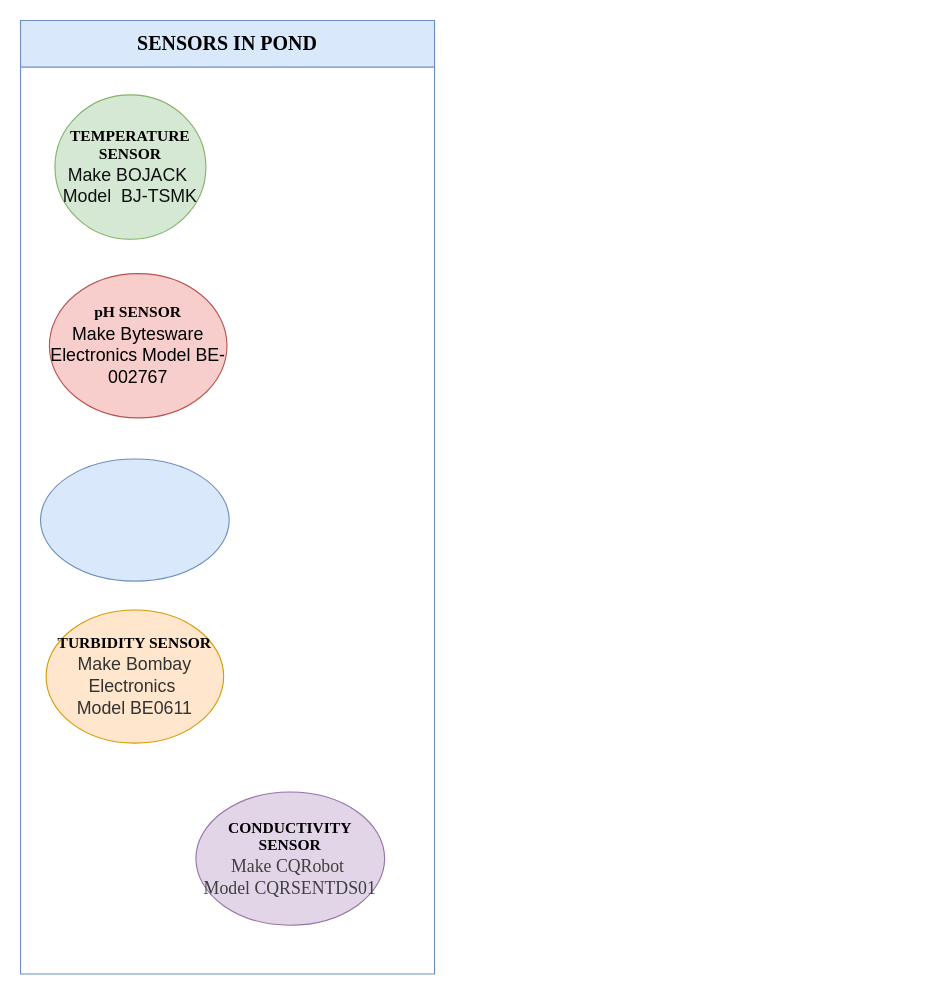
ChanumoluGayathri/System_Design keeps this draw.io diagram as PRASAD_BLOCKDIAGRAM.drawio. Above is the earlier version. Source tidied: cells renumbered, new cells numbered last; positions are measured from the earlier drawing's top-left corner, leaving out a move shared by most shapes. Both pictures are drawn from the tidied source at 111%, with x=0, y=0 at pixel (20, 20).
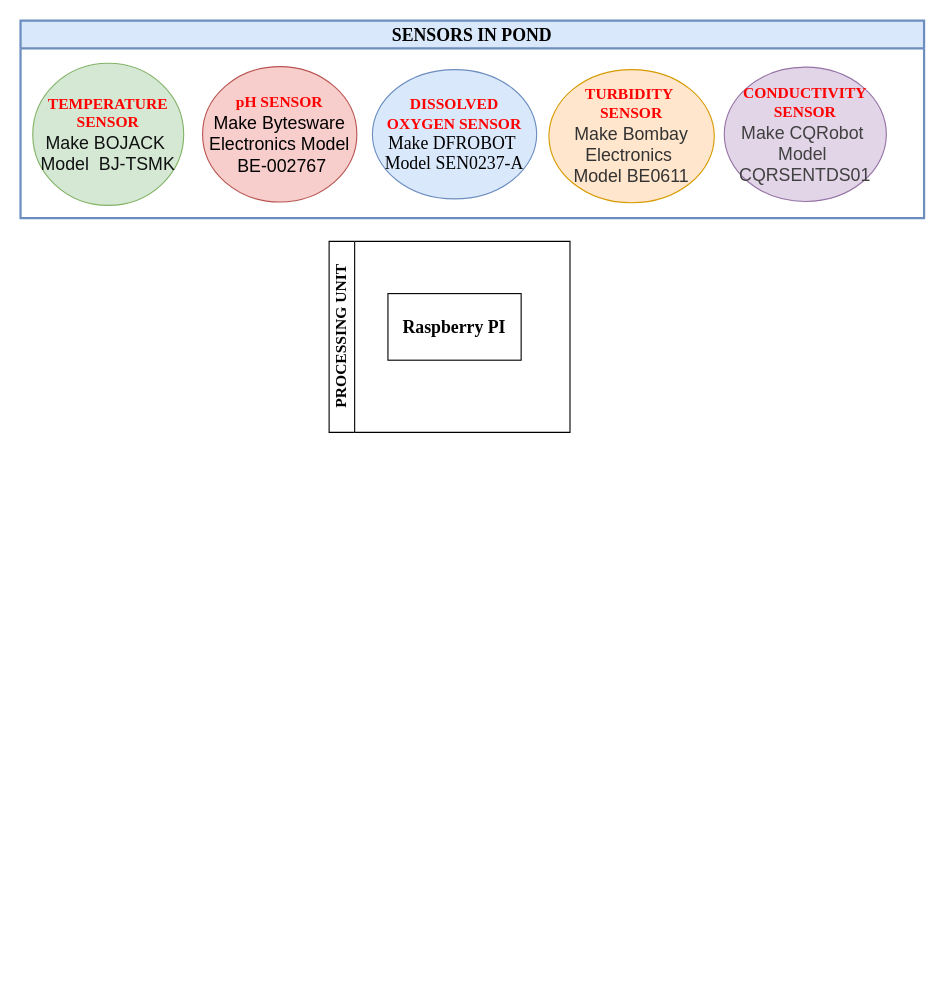
Above is the later version.

Change to the diagram source:
```diff
@@
 <mxGraphModel>
   <root>
     <mxCell id="0" />
     <mxCell id="1" parent="0" />
-    <mxCell id="2" value="&lt;font style=&quot;font-size: 18px;&quot; face=&quot;Times New Roman&quot;&gt;SENSORS IN POND&lt;/font&gt;" style="swimlane;whiteSpace=wrap;html=1;hachureGap=4;fontFamily=Architects Daughter;startSize=42;fillColor=#dae8fc;strokeColor=#6c8ebf;" parent="1" vertex="1">
-      <mxGeometry width="373" height="859" as="geometry" />
+    <mxCell id="2" value="&lt;font style=&quot;font-size: 16px;&quot; face=&quot;Times New Roman&quot;&gt;SENSORS IN POND&lt;/font&gt;" style="swimlane;whiteSpace=wrap;html=1;hachureGap=4;fontFamily=Architects Daughter;startSize=25;fillColor=#dae8fc;strokeColor=#6c8ebf;strokeWidth=2;" parent="1" vertex="1">
+      <mxGeometry width="814" height="178" as="geometry" />
     </mxCell>
-    <mxCell id="3" value="&lt;b&gt;&lt;font face=&quot;Times New Roman&quot; style=&quot;font-size: 14px;&quot;&gt;TEMPERATURE SENSOR&lt;/font&gt;&lt;/b&gt;&lt;div&gt;&lt;font face=&quot;yoXCy55yE_F0CgokuBOC&quot; size=&quot;3&quot; style=&quot;&quot; color=&quot;#0f1111&quot;&gt;Make BOJACK&amp;nbsp;&lt;/font&gt;&lt;/div&gt;&lt;div&gt;&lt;font face=&quot;yoXCy55yE_F0CgokuBOC&quot; size=&quot;3&quot; style=&quot;&quot; color=&quot;#0f1111&quot;&gt;Model&amp;nbsp; BJ-TSMK&lt;/font&gt;&lt;br&gt;&lt;/div&gt;" style="ellipse;whiteSpace=wrap;html=1;fillColor=#d5e8d4;strokeColor=#82b366;" parent="2" vertex="1">
-      <mxGeometry x="31" y="67" width="136" height="130" as="geometry" />
+    <mxCell id="3" value="&lt;b&gt;&lt;font color=&quot;#ff0000&quot; face=&quot;Times New Roman&quot; style=&quot;font-size: 14px;&quot;&gt;TEMPERATURE SENSOR&lt;/font&gt;&lt;/b&gt;&lt;div&gt;&lt;font face=&quot;yoXCy55yE_F0CgokuBOC&quot; size=&quot;3&quot; style=&quot;&quot; color=&quot;#0f1111&quot;&gt;Make BOJACK&amp;nbsp;&lt;/font&gt;&lt;/div&gt;&lt;div&gt;&lt;font face=&quot;yoXCy55yE_F0CgokuBOC&quot; size=&quot;3&quot; style=&quot;&quot; color=&quot;#0f1111&quot;&gt;Model&amp;nbsp; BJ-TSMK&lt;/font&gt;&lt;br&gt;&lt;/div&gt;" style="ellipse;whiteSpace=wrap;html=1;fillColor=#d5e8d4;strokeColor=#82b366;" parent="2" vertex="1">
+      <mxGeometry x="11" y="38.5" width="136" height="128" as="geometry" />
     </mxCell>
-    <mxCell id="4" value="&lt;b&gt;&lt;font face=&quot;Times New Roman&quot; style=&quot;font-size: 14px;&quot;&gt;pH SENSOR&lt;/font&gt;&lt;/b&gt;&lt;div&gt;&lt;span style=&quot;font-size: medium; background-color: initial;&quot;&gt;&lt;font face=&quot;xQ1v7T52P131shDl_5Uk&quot;&gt;Make Bytesware Electronics Model BE-002767&lt;/font&gt;&lt;/span&gt;&lt;/div&gt;" style="ellipse;whiteSpace=wrap;html=1;fillColor=#f8cecc;strokeColor=#b85450;" parent="2" vertex="1">
-      <mxGeometry x="26" y="228" width="160" height="130" as="geometry" />
+    <mxCell id="4" value="&lt;b&gt;&lt;font color=&quot;#ff0000&quot; face=&quot;Times New Roman&quot; style=&quot;font-size: 14px;&quot;&gt;pH SENSOR&lt;/font&gt;&lt;/b&gt;&lt;div&gt;&lt;span style=&quot;font-size: medium; background-color: initial;&quot;&gt;&lt;font face=&quot;xQ1v7T52P131shDl_5Uk&quot;&gt;Make Bytesware Electronics Model&lt;/font&gt;&lt;/span&gt;&lt;/div&gt;&lt;div&gt;&lt;span style=&quot;font-size: medium; background-color: initial;&quot;&gt;&lt;font face=&quot;xQ1v7T52P131shDl_5Uk&quot;&gt;&amp;nbsp;BE-002767&lt;/font&gt;&lt;/span&gt;&lt;/div&gt;" style="ellipse;whiteSpace=wrap;html=1;fillColor=#f8cecc;strokeColor=#b85450;" parent="2" vertex="1">
+      <mxGeometry x="164" y="41.5" width="139" height="122" as="geometry" />
     </mxCell>
-    <mxCell id="5" value="&lt;div style=&quot;line-height: 50%;&quot;&gt;&lt;p style=&quot;line-height: 50%;&quot; class=&quot;MsoNormal&quot;&gt;&lt;br&gt;&lt;/p&gt;&lt;/div&gt;" style="ellipse;whiteSpace=wrap;html=1;fillColor=#dae8fc;strokeColor=#6c8ebf;" parent="2" vertex="1">
-      <mxGeometry x="18" y="395" width="170" height="110" as="geometry" />
+    <mxCell id="5" value="&lt;div style=&quot;line-height: 50%;&quot;&gt;&lt;p style=&quot;line-height: 50%;&quot; class=&quot;MsoNormal&quot;&gt;&lt;b&gt;&lt;font color=&quot;#ff0000&quot; style=&quot;font-size: 14px;&quot; face=&quot;Times New Roman&quot;&gt;DISSOLVED&lt;/font&gt;&lt;/b&gt;&lt;/p&gt;&lt;p style=&quot;line-height: 50%;&quot; class=&quot;MsoNormal&quot;&gt;&lt;b&gt;&lt;font color=&quot;#ff0000&quot; style=&quot;font-size: 14px;&quot; face=&quot;Times New Roman&quot;&gt;OXYGEN SENSOR&lt;/font&gt;&lt;/b&gt;&lt;/p&gt;&lt;div style=&quot;line-height: 4.8px;&quot;&gt;&lt;p style=&quot;line-height: 4.8px;&quot; class=&quot;MsoNormal&quot;&gt;&lt;font face=&quot;Times New Roman&quot; size=&quot;3&quot;&gt;Make DFROBOT&amp;nbsp;&lt;/font&gt;&lt;/p&gt;&lt;p style=&quot;line-height: 4.8px;&quot; class=&quot;MsoNormal&quot;&gt;&lt;font face=&quot;Times New Roman&quot; size=&quot;3&quot;&gt;Model SEN0237-A&lt;/font&gt;&lt;/p&gt;&lt;/div&gt;&lt;/div&gt;" style="ellipse;whiteSpace=wrap;html=1;fillColor=#dae8fc;strokeColor=#6c8ebf;" parent="2" vertex="1">
+      <mxGeometry x="317" y="44.2" width="148" height="116.5" as="geometry" />
     </mxCell>
-    <mxCell id="6" value="&lt;b&gt;&lt;font face=&quot;Times New Roman&quot; style=&quot;font-size: 14px;&quot;&gt;TURBIDITY SENSOR&lt;/font&gt;&lt;/b&gt;&lt;div&gt;&lt;font face=&quot;YvmyOgYO3dONORoK35Ry&quot; size=&quot;3&quot; color=&quot;#333333&quot;&gt;Make Bombay Electronics&amp;nbsp;&lt;/font&gt;&lt;/div&gt;&lt;div&gt;&lt;font face=&quot;YvmyOgYO3dONORoK35Ry&quot; size=&quot;3&quot; color=&quot;#333333&quot;&gt;Model BE0611&lt;/font&gt;&lt;br&gt;&lt;/div&gt;" style="ellipse;whiteSpace=wrap;html=1;fillColor=#ffe6cc;strokeColor=#d79b00;" parent="2" vertex="1">
-      <mxGeometry x="23" y="531" width="160" height="120" as="geometry" />
+    <mxCell id="6" value="&lt;b&gt;&lt;font color=&quot;#ff0000&quot; face=&quot;Times New Roman&quot; style=&quot;font-size: 14px;&quot;&gt;TURBIDITY&amp;nbsp;&lt;/font&gt;&lt;/b&gt;&lt;div&gt;&lt;b&gt;&lt;font color=&quot;#ff0000&quot; face=&quot;Times New Roman&quot; style=&quot;font-size: 14px;&quot;&gt;SENSOR&lt;/font&gt;&lt;/b&gt;&lt;div&gt;&lt;font face=&quot;gRAh0EWO_FDQXErBKF5e&quot; size=&quot;3&quot; color=&quot;#333333&quot;&gt;Make Bombay Electronics&amp;nbsp;&lt;/font&gt;&lt;/div&gt;&lt;div&gt;&lt;font face=&quot;gRAh0EWO_FDQXErBKF5e&quot; size=&quot;3&quot; color=&quot;#333333&quot;&gt;Model BE0611&lt;/font&gt;&lt;br&gt;&lt;/div&gt;&lt;/div&gt;" style="ellipse;whiteSpace=wrap;html=1;fillColor=#ffe6cc;strokeColor=#d79b00;" parent="2" vertex="1">
+      <mxGeometry x="476" y="44.2" width="149" height="120" as="geometry" />
     </mxCell>
-    <mxCell id="7" value="&lt;b&gt;&lt;font face=&quot;Times New Roman&quot; style=&quot;font-size: 14px;&quot;&gt;CONDUCTIVITY SENSOR&lt;/font&gt;&lt;/b&gt;&lt;div&gt;&lt;font face=&quot;Times New Roman&quot; size=&quot;3&quot; color=&quot;#404040&quot;&gt;Make CQRobot&amp;nbsp;&lt;/font&gt;&lt;/div&gt;&lt;div&gt;&lt;font face=&quot;Times New Roman&quot; size=&quot;3&quot; color=&quot;#404040&quot;&gt;Model CQRSENTDS01&lt;/font&gt;&lt;br&gt;&lt;/div&gt;" style="ellipse;whiteSpace=wrap;html=1;fillColor=#e1d5e7;strokeColor=#9673a6;" parent="2" vertex="1">
-      <mxGeometry x="158" y="695" width="170" height="120" as="geometry" />
+    <mxCell id="7" value="&lt;b&gt;&lt;font color=&quot;#ff0000&quot; face=&quot;Times New Roman&quot; style=&quot;font-size: 14px;&quot;&gt;CONDUCTIVITY SENSOR&lt;/font&gt;&lt;/b&gt;&lt;div&gt;&lt;font face=&quot;nRFbfNNalSt3gt_-9yWB&quot; size=&quot;3&quot; color=&quot;#404040&quot;&gt;Make CQRobot&amp;nbsp;&lt;/font&gt;&lt;/div&gt;&lt;div&gt;&lt;font face=&quot;nRFbfNNalSt3gt_-9yWB&quot; size=&quot;3&quot; color=&quot;#404040&quot;&gt;Model&amp;nbsp;&lt;/font&gt;&lt;/div&gt;&lt;div&gt;&lt;font face=&quot;nRFbfNNalSt3gt_-9yWB&quot; size=&quot;3&quot; color=&quot;#404040&quot;&gt;CQRSENTDS01&lt;/font&gt;&lt;br&gt;&lt;/div&gt;" style="ellipse;whiteSpace=wrap;html=1;fillColor=#e1d5e7;strokeColor=#9673a6;" parent="2" vertex="1">
+      <mxGeometry x="634" y="42" width="146" height="121" as="geometry" />
     </mxCell>
+    <mxCell id="8" value="&lt;font style=&quot;font-size: 14px;&quot; face=&quot;Times New Roman&quot;&gt;PROCESSING UNIT&lt;/font&gt;" style="swimlane;horizontal=0;whiteSpace=wrap;html=1;hachureGap=4;fontFamily=Architects Daughter;swimlaneLine=1;" parent="1" vertex="1">
+      <mxGeometry x="278" y="199" width="217" height="172" as="geometry" />
+    </mxCell>
+    <mxCell id="9" value="&lt;font size=&quot;1&quot; style=&quot;&quot; face=&quot;Times New Roman&quot;&gt;&lt;b style=&quot;font-size: 16px;&quot;&gt;Raspberry PI&lt;/b&gt;&lt;/font&gt;" style="rounded=0;whiteSpace=wrap;html=1;hachureGap=4;fontFamily=Architects Daughter;" parent="8" vertex="1">
+      <mxGeometry x="53" y="47" width="120" height="60" as="geometry" />
+    </mxCell>
   </root>
 </mxGraphModel>
```
